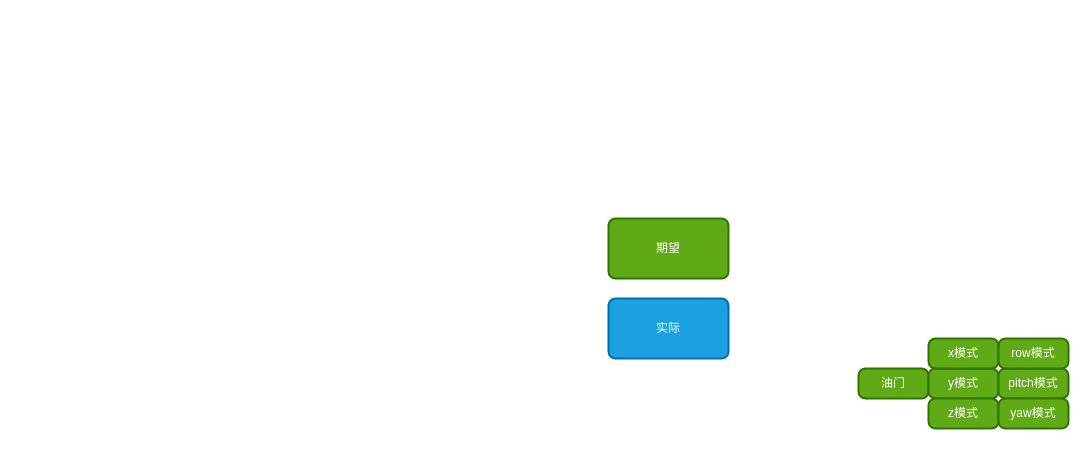
renxinlin/- keeps this draw.io diagram as fly.drawio. Above is the earlier version. Source tidied: cells renumbered, new cells numbered last; positions are measured from the earlier drawing's top-left corner, leaving out a move shared by most shapes. Both pictures are drawn from the tidied source at 100%, with x=0, y=0 at pixel (608, 218).
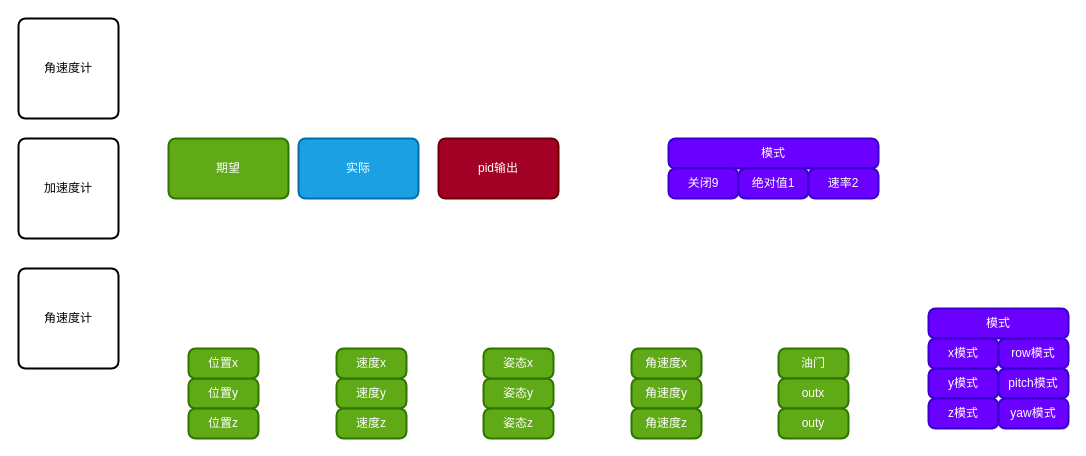
The same diagram, later.

Change to the diagram source:
```diff
@@
     <mxCell id="2" value="期望" style="rounded=1;whiteSpace=wrap;html=1;absoluteArcSize=1;arcSize=14;strokeWidth=2;fillColor=#60a917;fontColor=#ffffff;strokeColor=#2D7600;" parent="1" vertex="1">
-      <mxGeometry width="120" height="60" as="geometry" />
+      <mxGeometry x="-440" y="-80" width="120" height="60" as="geometry" />
     </mxCell>
     <mxCell id="3" value="实际" style="rounded=1;whiteSpace=wrap;html=1;absoluteArcSize=1;arcSize=14;strokeWidth=2;fillColor=#1ba1e2;fontColor=#ffffff;strokeColor=#006EAF;" parent="1" vertex="1">
-      <mxGeometry y="80" width="120" height="60" as="geometry" />
+      <mxGeometry x="-310" y="-80" width="120" height="60" as="geometry" />
     </mxCell>
     <mxCell id="4" value="油门" style="rounded=1;whiteSpace=wrap;html=1;absoluteArcSize=1;arcSize=14;strokeWidth=2;fillColor=#60a917;fontColor=#ffffff;strokeColor=#2D7600;" parent="1" vertex="1">
-      <mxGeometry x="250" y="150" width="70" height="30" as="geometry" />
+      <mxGeometry x="170" y="130" width="70" height="30" as="geometry" />
     </mxCell>
-    <mxCell id="5" value="y模式" style="rounded=1;whiteSpace=wrap;html=1;absoluteArcSize=1;arcSize=14;strokeWidth=2;fillColor=#60a917;fontColor=#ffffff;strokeColor=#2D7600;" parent="1" vertex="1">
+    <mxCell id="5" value="y模式" style="rounded=1;whiteSpace=wrap;html=1;absoluteArcSize=1;arcSize=14;strokeWidth=2;fillColor=#6a00ff;fontColor=#ffffff;strokeColor=#3700CC;" parent="1" vertex="1">
       <mxGeometry x="320" y="150" width="70" height="30" as="geometry" />
     </mxCell>
-    <mxCell id="6" value="z模式" style="rounded=1;whiteSpace=wrap;html=1;absoluteArcSize=1;arcSize=14;strokeWidth=2;fillColor=#60a917;fontColor=#ffffff;strokeColor=#2D7600;" parent="1" vertex="1">
+    <mxCell id="6" value="z模式" style="rounded=1;whiteSpace=wrap;html=1;absoluteArcSize=1;arcSize=14;strokeWidth=2;fillColor=#6a00ff;fontColor=#ffffff;strokeColor=#3700CC;" parent="1" vertex="1">
       <mxGeometry x="320" y="180" width="70" height="30" as="geometry" />
     </mxCell>
-    <mxCell id="7" value="x模式" style="rounded=1;whiteSpace=wrap;html=1;absoluteArcSize=1;arcSize=14;strokeWidth=2;fillColor=#60a917;fontColor=#ffffff;strokeColor=#2D7600;" parent="1" vertex="1">
+    <mxCell id="7" value="x模式" style="rounded=1;whiteSpace=wrap;html=1;absoluteArcSize=1;arcSize=14;strokeWidth=2;fillColor=#6a00ff;fontColor=#ffffff;strokeColor=#3700CC;" parent="1" vertex="1">
       <mxGeometry x="320" y="120" width="70" height="30" as="geometry" />
     </mxCell>
-    <mxCell id="8" value="pitch模式" style="rounded=1;whiteSpace=wrap;html=1;absoluteArcSize=1;arcSize=14;strokeWidth=2;fillColor=#60a917;fontColor=#ffffff;strokeColor=#2D7600;" parent="1" vertex="1">
+    <mxCell id="8" value="pitch模式" style="rounded=1;whiteSpace=wrap;html=1;absoluteArcSize=1;arcSize=14;strokeWidth=2;fillColor=#6a00ff;fontColor=#ffffff;strokeColor=#3700CC;" parent="1" vertex="1">
       <mxGeometry x="390" y="150" width="70" height="30" as="geometry" />
     </mxCell>
-    <mxCell id="9" value="yaw模式" style="rounded=1;whiteSpace=wrap;html=1;absoluteArcSize=1;arcSize=14;strokeWidth=2;fillColor=#60a917;fontColor=#ffffff;strokeColor=#2D7600;" parent="1" vertex="1">
+    <mxCell id="9" value="yaw模式" style="rounded=1;whiteSpace=wrap;html=1;absoluteArcSize=1;arcSize=14;strokeWidth=2;fillColor=#6a00ff;fontColor=#ffffff;strokeColor=#3700CC;" parent="1" vertex="1">
       <mxGeometry x="390" y="180" width="70" height="30" as="geometry" />
     </mxCell>
-    <mxCell id="10" value="row模式" style="rounded=1;whiteSpace=wrap;html=1;absoluteArcSize=1;arcSize=14;strokeWidth=2;fillColor=#60a917;fontColor=#ffffff;strokeColor=#2D7600;" parent="1" vertex="1">
+    <mxCell id="10" value="row模式" style="rounded=1;whiteSpace=wrap;html=1;absoluteArcSize=1;arcSize=14;strokeWidth=2;fillColor=#6a00ff;fontColor=#ffffff;strokeColor=#3700CC;" parent="1" vertex="1">
       <mxGeometry x="390" y="120" width="70" height="30" as="geometry" />
     </mxCell>
+    <mxCell id="11" value="模式" style="rounded=1;whiteSpace=wrap;html=1;absoluteArcSize=1;arcSize=14;strokeWidth=2;fillColor=#6a00ff;fontColor=#ffffff;strokeColor=#3700CC;" parent="1" vertex="1">
+      <mxGeometry x="320" y="90" width="140" height="30" as="geometry" />
+    </mxCell>
+    <mxCell id="12" value="速度y" style="rounded=1;whiteSpace=wrap;html=1;absoluteArcSize=1;arcSize=14;strokeWidth=2;fillColor=#60a917;fontColor=#ffffff;strokeColor=#2D7600;" parent="1" vertex="1">
+      <mxGeometry x="-272" y="160" width="70" height="30" as="geometry" />
+    </mxCell>
+    <mxCell id="13" value="速度x" style="rounded=1;whiteSpace=wrap;html=1;absoluteArcSize=1;arcSize=14;strokeWidth=2;fillColor=#60a917;fontColor=#ffffff;strokeColor=#2D7600;" parent="1" vertex="1">
+      <mxGeometry x="-272" y="130" width="70" height="30" as="geometry" />
+    </mxCell>
+    <mxCell id="14" value="速度z" style="rounded=1;whiteSpace=wrap;html=1;absoluteArcSize=1;arcSize=14;strokeWidth=2;fillColor=#60a917;fontColor=#ffffff;strokeColor=#2D7600;" parent="1" vertex="1">
+      <mxGeometry x="-272" y="190" width="70" height="30" as="geometry" />
+    </mxCell>
+    <mxCell id="15" value="位置y" style="rounded=1;whiteSpace=wrap;html=1;absoluteArcSize=1;arcSize=14;strokeWidth=2;fillColor=#60a917;fontColor=#ffffff;strokeColor=#2D7600;" parent="1" vertex="1">
+      <mxGeometry x="-420" y="160" width="70" height="30" as="geometry" />
+    </mxCell>
+    <mxCell id="16" value="位置x" style="rounded=1;whiteSpace=wrap;html=1;absoluteArcSize=1;arcSize=14;strokeWidth=2;fillColor=#60a917;fontColor=#ffffff;strokeColor=#2D7600;" parent="1" vertex="1">
+      <mxGeometry x="-420" y="130" width="70" height="30" as="geometry" />
+    </mxCell>
+    <mxCell id="17" value="位置z" style="rounded=1;whiteSpace=wrap;html=1;absoluteArcSize=1;arcSize=14;strokeWidth=2;fillColor=#60a917;fontColor=#ffffff;strokeColor=#2D7600;" parent="1" vertex="1">
+      <mxGeometry x="-420" y="190" width="70" height="30" as="geometry" />
+    </mxCell>
+    <mxCell id="18" value="姿态y" style="rounded=1;whiteSpace=wrap;html=1;absoluteArcSize=1;arcSize=14;strokeWidth=2;fillColor=#60a917;fontColor=#ffffff;strokeColor=#2D7600;" parent="1" vertex="1">
+      <mxGeometry x="-125" y="160" width="70" height="30" as="geometry" />
+    </mxCell>
+    <mxCell id="19" value="姿态z" style="rounded=1;whiteSpace=wrap;html=1;absoluteArcSize=1;arcSize=14;strokeWidth=2;fillColor=#60a917;fontColor=#ffffff;strokeColor=#2D7600;" parent="1" vertex="1">
+      <mxGeometry x="-125" y="190" width="70" height="30" as="geometry" />
+    </mxCell>
+    <mxCell id="20" value="姿态x" style="rounded=1;whiteSpace=wrap;html=1;absoluteArcSize=1;arcSize=14;strokeWidth=2;fillColor=#60a917;fontColor=#ffffff;strokeColor=#2D7600;" parent="1" vertex="1">
+      <mxGeometry x="-125" y="130" width="70" height="30" as="geometry" />
+    </mxCell>
+    <mxCell id="21" value="角速度y" style="rounded=1;whiteSpace=wrap;html=1;absoluteArcSize=1;arcSize=14;strokeWidth=2;fillColor=#60a917;fontColor=#ffffff;strokeColor=#2D7600;" parent="1" vertex="1">
+      <mxGeometry x="23" y="160" width="70" height="30" as="geometry" />
+    </mxCell>
+    <mxCell id="22" value="角速度z" style="rounded=1;whiteSpace=wrap;html=1;absoluteArcSize=1;arcSize=14;strokeWidth=2;fillColor=#60a917;fontColor=#ffffff;strokeColor=#2D7600;" parent="1" vertex="1">
+      <mxGeometry x="23" y="190" width="70" height="30" as="geometry" />
+    </mxCell>
+    <mxCell id="23" value="角速度x" style="rounded=1;whiteSpace=wrap;html=1;absoluteArcSize=1;arcSize=14;strokeWidth=2;fillColor=#60a917;fontColor=#ffffff;strokeColor=#2D7600;" parent="1" vertex="1">
+      <mxGeometry x="23" y="130" width="70" height="30" as="geometry" />
+    </mxCell>
+    <mxCell id="24" value="pid输出" style="rounded=1;whiteSpace=wrap;html=1;absoluteArcSize=1;arcSize=14;strokeWidth=2;fillColor=#a20025;fontColor=#ffffff;strokeColor=#6F0000;" parent="1" vertex="1">
+      <mxGeometry x="-170" y="-80" width="120" height="60" as="geometry" />
+    </mxCell>
+    <mxCell id="25" value="模式" style="rounded=1;whiteSpace=wrap;html=1;absoluteArcSize=1;arcSize=14;strokeWidth=2;fillColor=#6a00ff;fontColor=#ffffff;strokeColor=#3700CC;" parent="1" vertex="1">
+      <mxGeometry x="60" y="-80" width="210" height="30" as="geometry" />
+    </mxCell>
+    <mxCell id="26" value="关闭9" style="rounded=1;whiteSpace=wrap;html=1;absoluteArcSize=1;arcSize=14;strokeWidth=2;fillColor=#6a00ff;fontColor=#ffffff;strokeColor=#3700CC;" parent="1" vertex="1">
+      <mxGeometry x="60" y="-50" width="70" height="30" as="geometry" />
+    </mxCell>
+    <mxCell id="27" value="绝对值1" style="rounded=1;whiteSpace=wrap;html=1;absoluteArcSize=1;arcSize=14;strokeWidth=2;fillColor=#6a00ff;fontColor=#ffffff;strokeColor=#3700CC;" parent="1" vertex="1">
+      <mxGeometry x="130" y="-50" width="70" height="30" as="geometry" />
+    </mxCell>
+    <mxCell id="28" value="速率2" style="rounded=1;whiteSpace=wrap;html=1;absoluteArcSize=1;arcSize=14;strokeWidth=2;fillColor=#6a00ff;fontColor=#ffffff;strokeColor=#3700CC;" parent="1" vertex="1">
+      <mxGeometry x="200" y="-50" width="70" height="30" as="geometry" />
+    </mxCell>
+    <mxCell id="29" value="加速度计" style="rounded=1;whiteSpace=wrap;html=1;absoluteArcSize=1;arcSize=14;strokeWidth=2;" parent="1" vertex="1">
+      <mxGeometry x="-590" y="-80" width="100" height="100" as="geometry" />
+    </mxCell>
+    <mxCell id="30" value="角速度计" style="rounded=1;whiteSpace=wrap;html=1;absoluteArcSize=1;arcSize=14;strokeWidth=2;" parent="1" vertex="1">
+      <mxGeometry x="-590" y="50" width="100" height="100" as="geometry" />
+    </mxCell>
+    <mxCell id="31" value="角速度计" style="rounded=1;whiteSpace=wrap;html=1;absoluteArcSize=1;arcSize=14;strokeWidth=2;" parent="1" vertex="1">
+      <mxGeometry x="-590" y="-200" width="100" height="100" as="geometry" />
+    </mxCell>
+    <mxCell id="32" value="outx" style="rounded=1;whiteSpace=wrap;html=1;absoluteArcSize=1;arcSize=14;strokeWidth=2;fillColor=#60a917;fontColor=#ffffff;strokeColor=#2D7600;" parent="1" vertex="1">
+      <mxGeometry x="170" y="160" width="70" height="30" as="geometry" />
+    </mxCell>
+    <mxCell id="33" value="outy" style="rounded=1;whiteSpace=wrap;html=1;absoluteArcSize=1;arcSize=14;strokeWidth=2;fillColor=#60a917;fontColor=#ffffff;strokeColor=#2D7600;" parent="1" vertex="1">
+      <mxGeometry x="170" y="190" width="70" height="30" as="geometry" />
+    </mxCell>
```
